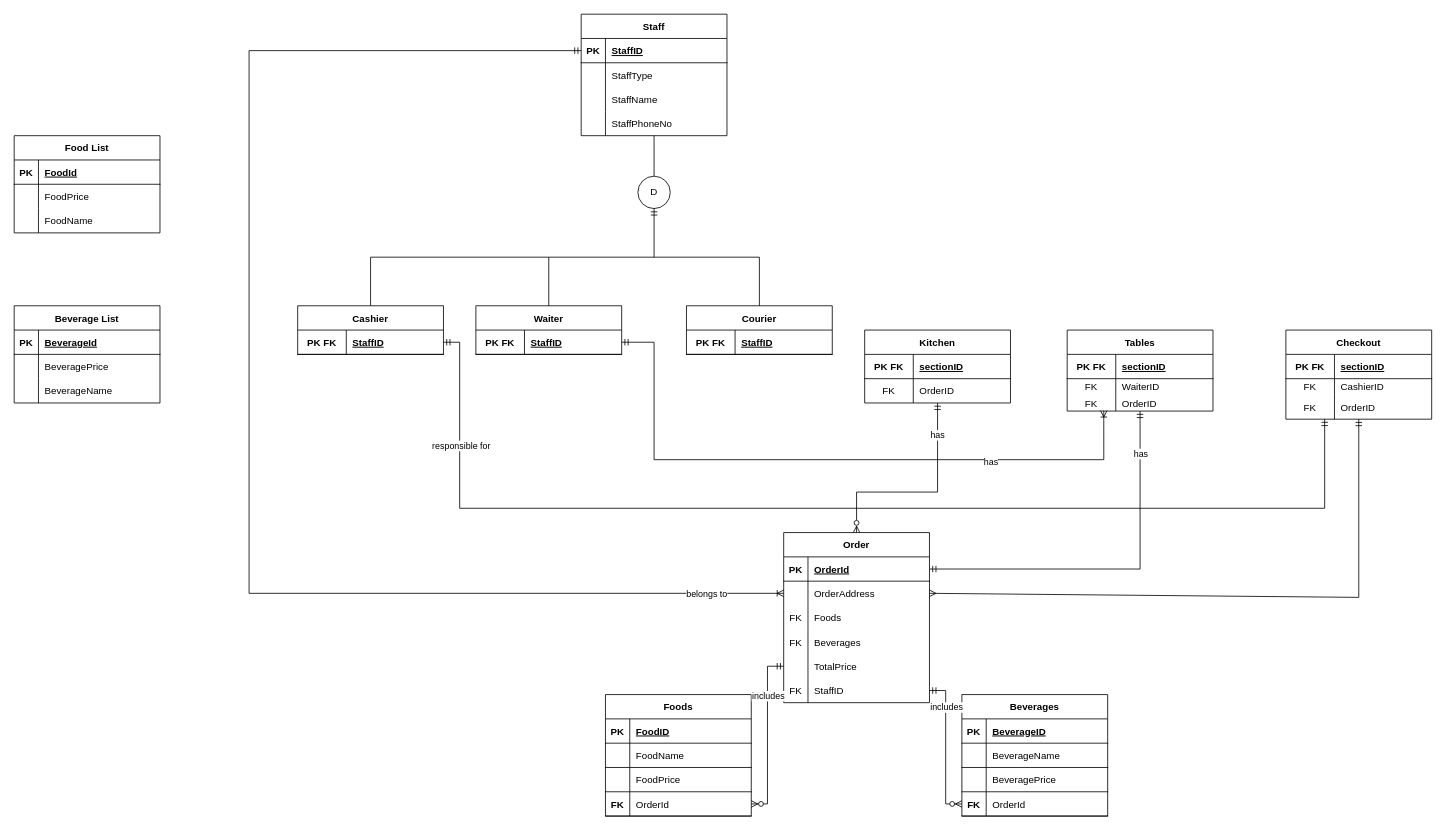
Earlier version of the draw.io diagram restaurant.drawio (burakalatas/CafeOrderProject). Source tidied: cells renumbered, new cells numbered last; positions are measured from the earlier drawing's top-left corner, leaving out a move shared by most shapes. Both pictures are drawn from the tidied source at 81%, with x=0, y=0 at pixel (14, 14).
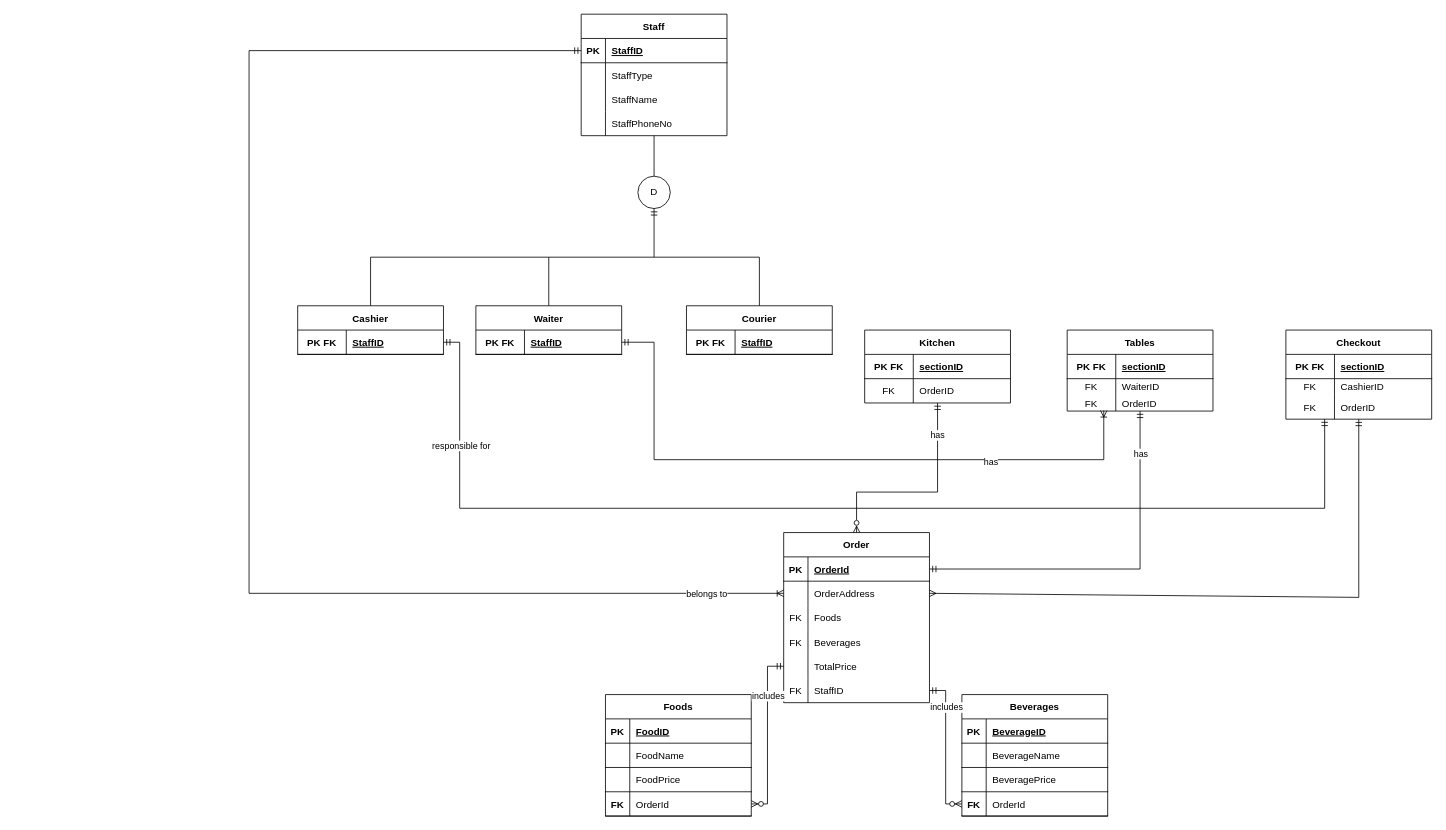
Above is the later version.

Diff of the diagram source:
```diff
@@
-    <mxCell id="90" value="Food List" style="shape=table;startSize=30;childLayout=tableLayout;rowLines=0;fontStyle=1;align=center;" parent="1" vertex="1">
-      <mxGeometry y="150" width="180" height="120" as="geometry" />
-    </mxCell>
-    <mxCell id="91" style="shape=tableRow;horizontal=0;startSize=0;swimlaneHead=0;swimlaneBody=0;fillColor=none;top=0;left=0;right=0;bottom=1;" parent="90" vertex="1">
-      <mxGeometry y="30" width="180" height="30" as="geometry" />
-    </mxCell>
-    <mxCell id="92" value="PK" style="shape=partialRectangle;fillColor=none;top=0;left=0;bottom=0;right=0;fontStyle=1;overflow=hidden;" parent="91" vertex="1">
-      <mxGeometry width="30" height="30" as="geometry" />
-    </mxCell>
-    <mxCell id="93" value="FoodId" style="shape=partialRectangle;fillColor=none;top=0;left=0;bottom=0;right=0;align=left;spacingLeft=6;fontStyle=5;overflow=hidden;" parent="91" vertex="1">
-      <mxGeometry x="30" width="150" height="30" as="geometry" />
-    </mxCell>
-    <mxCell id="94" style="shape=tableRow;horizontal=0;startSize=0;swimlaneHead=0;swimlaneBody=0;fillColor=none;top=0;left=0;right=0;bottom=0;" parent="90" vertex="1">
-      <mxGeometry y="60" width="180" height="30" as="geometry" />
-    </mxCell>
-    <mxCell id="95" style="shape=partialRectangle;fillColor=none;top=0;left=0;bottom=0;right=0;overflow=hidden;" parent="94" vertex="1">
-      <mxGeometry width="30" height="30" as="geometry" />
-    </mxCell>
-    <mxCell id="96" value="FoodPrice" style="shape=partialRectangle;fillColor=none;top=0;left=0;bottom=0;right=0;align=left;spacingLeft=6;overflow=hidden;" parent="94" vertex="1">
-      <mxGeometry x="30" width="150" height="30" as="geometry" />
-    </mxCell>
-    <mxCell id="97" style="shape=tableRow;horizontal=0;startSize=0;swimlaneHead=0;swimlaneBody=0;fillColor=none;top=0;left=0;right=0;bottom=0;" parent="90" vertex="1">
-      <mxGeometry y="90" width="180" height="30" as="geometry" />
-    </mxCell>
-    <mxCell id="98" style="shape=partialRectangle;fillColor=none;top=0;left=0;bottom=0;right=0;overflow=hidden;" parent="97" vertex="1">
-      <mxGeometry width="30" height="30" as="geometry" />
-    </mxCell>
-    <mxCell id="99" value="FoodName" style="shape=partialRectangle;fillColor=none;top=0;left=0;bottom=0;right=0;align=left;spacingLeft=6;overflow=hidden;" parent="97" vertex="1">
-      <mxGeometry x="30" width="150" height="30" as="geometry" />
-    </mxCell>
-    <mxCell id="100" value="Beverage List" style="shape=table;startSize=30;childLayout=tableLayout;rowLines=0;fontStyle=1;align=center;" parent="1" vertex="1">
-      <mxGeometry y="360" width="180" height="120" as="geometry" />
-    </mxCell>
-    <mxCell id="101" style="shape=tableRow;horizontal=0;startSize=0;swimlaneHead=0;swimlaneBody=0;fillColor=none;top=0;left=0;right=0;bottom=1;" parent="100" vertex="1">
-      <mxGeometry y="30" width="180" height="30" as="geometry" />
-    </mxCell>
-    <mxCell id="102" value="PK" style="shape=partialRectangle;fillColor=none;top=0;left=0;bottom=0;right=0;fontStyle=1;overflow=hidden;" parent="101" vertex="1">
-      <mxGeometry width="30" height="30" as="geometry" />
-    </mxCell>
-    <mxCell id="103" value="BeverageId" style="shape=partialRectangle;fillColor=none;top=0;left=0;bottom=0;right=0;align=left;spacingLeft=6;fontStyle=5;overflow=hidden;" parent="101" vertex="1">
-      <mxGeometry x="30" width="150" height="30" as="geometry" />
-    </mxCell>
-    <mxCell id="104" style="shape=tableRow;horizontal=0;startSize=0;swimlaneHead=0;swimlaneBody=0;fillColor=none;top=0;left=0;right=0;bottom=0;" parent="100" vertex="1">
-      <mxGeometry y="60" width="180" height="30" as="geometry" />
-    </mxCell>
-    <mxCell id="105" style="shape=partialRectangle;fillColor=none;top=0;left=0;bottom=0;right=0;overflow=hidden;" parent="104" vertex="1">
-      <mxGeometry width="30" height="30" as="geometry" />
-    </mxCell>
-    <mxCell id="106" value="BeveragePrice" style="shape=partialRectangle;fillColor=none;top=0;left=0;bottom=0;right=0;align=left;spacingLeft=6;overflow=hidden;" parent="104" vertex="1">
-      <mxGeometry x="30" width="150" height="30" as="geometry" />
-    </mxCell>
-    <mxCell id="107" style="shape=tableRow;horizontal=0;startSize=0;swimlaneHead=0;swimlaneBody=0;fillColor=none;top=0;left=0;right=0;bottom=0;" parent="100" vertex="1">
-      <mxGeometry y="90" width="180" height="30" as="geometry" />
-    </mxCell>
-    <mxCell id="108" style="shape=partialRectangle;fillColor=none;top=0;left=0;bottom=0;right=0;overflow=hidden;" parent="107" vertex="1">
-      <mxGeometry width="30" height="30" as="geometry" />
-    </mxCell>
-    <mxCell id="109" value="BeverageName" style="shape=partialRectangle;fillColor=none;top=0;left=0;bottom=0;right=0;align=left;spacingLeft=6;overflow=hidden;" parent="107" vertex="1">
-      <mxGeometry x="30" width="150" height="30" as="geometry" />
-    </mxCell>
```
